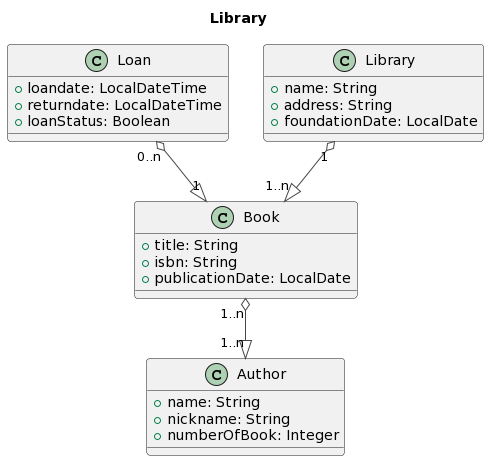
This is docs/library_models.png from wzzzzwwzw/apaw-practice, a PlantUML export, as it was before one commit. Its diagram source:
```plantuml
@startuml
!theme vibrant

skin rose

title Library

class Library {
  +name: String
  +address: String
  +foundationDate: LocalDate
}
class Book {
  +title: String
  +isbn: String
  +publicationDate: LocalDate
}
class Author {
  +name: String
  +nickname: String
  +numberOfBook: Integer
}
class Loan {
  +loandate: LocalDateTime
  +returndate: LocalDateTime
  +loanStatus: Boolean
}

Book "1..n"  <|-up-o "1"  Library
Author "1..n"  <|-up-o "1..n"  Book
Book "1"  <|-up-o "0..n"  Loan
@enduml
```
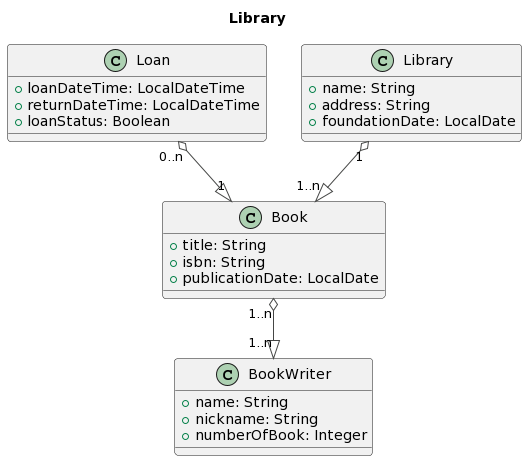
The same diagram one commit later.

Commit message:
fix model diagram #673

The edit, as a diff of the source:
```diff
@@ -15,18 +15,18 @@
   +isbn: String
   +publicationDate: LocalDate
 }
-class Author {
+class BookWriter {
   +name: String
   +nickname: String
   +numberOfBook: Integer
 }
 class Loan {
-  +loandate: LocalDateTime
-  +returndate: LocalDateTime
+  +loanDateTime: LocalDateTime
+  +returnDateTime: LocalDateTime
   +loanStatus: Boolean
 }
 
 Book "1..n"  <|-up-o "1"  Library
-Author "1..n"  <|-up-o "1..n"  Book
+BookWriter "1..n"  <|-up-o "1..n"  Book
 Book "1"  <|-up-o "0..n"  Loan
 @enduml
```
